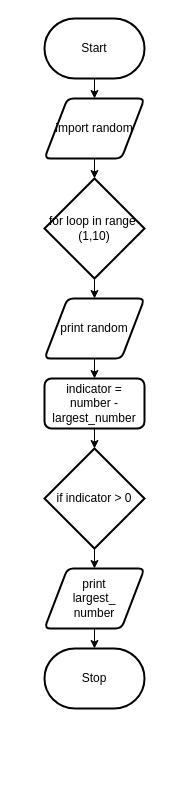
This is Untitled Diagram.drawio from Ethan-Gravelle/ICS3U-Unit6-02-Python-Largest, a draw.io file, before an edit. Source tidied: cells renumbered, new cells numbered last; positions are measured from the earlier drawing's top-left corner, leaving out a move shared by most shapes. Both pictures are drawn from the tidied source at 100%, with x=0, y=0 at pixel (44, 18).
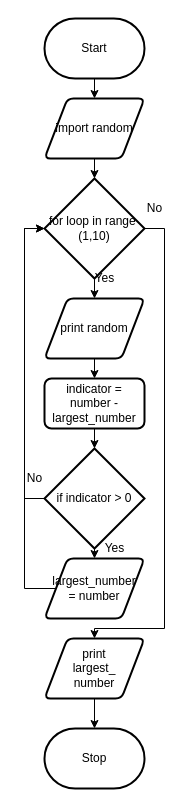
After the change.

Unchanged cells that the change refers to:
```xml
<mxCell id="7" value="for loop in range&amp;nbsp;&lt;br&gt;(1,10)" style="strokeWidth=2;html=1;shape=mxgraph.flowchart.decision;whiteSpace=wrap;" parent="1" vertex="1">
  <mxGeometry y="160" width="100" height="100" as="geometry" />
</mxCell>
<mxCell id="13" value="if indicator &amp;gt; 0" style="strokeWidth=2;html=1;shape=mxgraph.flowchart.decision;whiteSpace=wrap;" parent="1" vertex="1">
  <mxGeometry y="430" width="100" height="100" as="geometry" />
</mxCell>
```

The edit, as a diff of the source:
```diff
@@
+    <mxCell id="17" style="edgeStyle=orthogonalEdgeStyle;rounded=0;jettySize=auto;html=1;exitX=1;exitY=0.5;exitDx=0;exitDy=0;exitPerimeter=0;entryX=0.5;entryY=0;entryDx=0;entryDy=0;" parent="1" edge="1" source="7" target="15">
+      <mxGeometry relative="1" as="geometry">
+        <Array as="points">
+          <mxPoint x="120" y="210" />
+          <mxPoint x="120" y="610" />
+          <mxPoint x="50" y="610" />
+        </Array>
+      </mxGeometry>
+    </mxCell>
@@
-    <mxCell id="12" style="edgeStyle=orthogonalEdgeStyle;rounded=0;jettySize=auto;html=1;exitX=0.5;exitY=1;exitDx=0;exitDy=0;exitPerimeter=0;entryX=0.5;entryY=0;entryDx=0;entryDy=0;" parent="1" edge="1" source="13" target="15">
-      <mxGeometry relative="1" as="geometry" />
-    </mxCell>
+    <mxCell id="18" style="edgeStyle=orthogonalEdgeStyle;rounded=0;jettySize=auto;html=1;exitX=0.5;exitY=1;exitDx=0;exitDy=0;exitPerimeter=0;entryX=0.5;entryY=0;entryDx=0;entryDy=0;" parent="1" edge="1" source="13" target="21">
+      <mxGeometry relative="1" as="geometry" />
+    </mxCell>
+    <mxCell id="19" style="edgeStyle=orthogonalEdgeStyle;rounded=0;jettySize=auto;html=1;exitX=0;exitY=0.5;exitDx=0;exitDy=0;exitPerimeter=0;entryX=0;entryY=0.5;entryDx=0;entryDy=0;entryPerimeter=0;" parent="1" edge="1" source="13" target="7">
+      <mxGeometry relative="1" as="geometry" />
+    </mxCell>
@@
     <mxCell id="15" value="print &lt;br&gt;largest_&lt;br&gt;number" style="shape=parallelogram;html=1;strokeWidth=2;perimeter=parallelogramPerimeter;whiteSpace=wrap;rounded=1;arcSize=12;size=0.23;" parent="1" vertex="1">
-      <mxGeometry y="550" width="100" height="60" as="geometry" />
+      <mxGeometry y="620" width="100" height="60" as="geometry" />
     </mxCell>
     <mxCell id="16" value="Stop" style="strokeWidth=2;html=1;shape=mxgraph.flowchart.terminator;whiteSpace=wrap;" parent="1" vertex="1">
-      <mxGeometry y="630" width="100" height="60" as="geometry" />
+      <mxGeometry y="710" width="100" height="60" as="geometry" />
     </mxCell>
+    <mxCell id="20" style="edgeStyle=orthogonalEdgeStyle;rounded=0;jettySize=auto;html=1;exitX=0;exitY=0.5;exitDx=0;exitDy=0;entryX=0;entryY=0.5;entryDx=0;entryDy=0;entryPerimeter=0;" parent="1" edge="1" source="21" target="7">
+      <mxGeometry relative="1" as="geometry">
+        <Array as="points">
+          <mxPoint x="-20" y="570" />
+          <mxPoint x="-20" y="210" />
+        </Array>
+      </mxGeometry>
+    </mxCell>
+    <mxCell id="21" value="largest_number&lt;br&gt;= number" style="shape=parallelogram;html=1;strokeWidth=2;perimeter=parallelogramPerimeter;whiteSpace=wrap;rounded=1;arcSize=12;size=0.23;" parent="1" vertex="1">
+      <mxGeometry y="540" width="100" height="60" as="geometry" />
+    </mxCell>
+    <mxCell id="22" value="Yes" style="text;html=1;align=center;verticalAlign=middle;strokeColor=none;" parent="1" vertex="1">
+      <mxGeometry x="50" y="520" width="40" height="20" as="geometry" />
+    </mxCell>
+    <mxCell id="23" value="No" style="text;html=1;align=center;verticalAlign=middle;strokeColor=none;" parent="1" vertex="1">
+      <mxGeometry x="-25" y="450" width="30" height="20" as="geometry" />
+    </mxCell>
+    <mxCell id="24" value="No" style="text;html=1;align=center;verticalAlign=middle;strokeColor=none;" parent="1" vertex="1">
+      <mxGeometry x="95" y="180" width="30" height="20" as="geometry" />
+    </mxCell>
+    <mxCell id="25" value="Yes" style="text;html=1;align=center;verticalAlign=middle;strokeColor=none;" parent="1" vertex="1">
+      <mxGeometry x="40" y="250" width="40" height="20" as="geometry" />
+    </mxCell>
```
